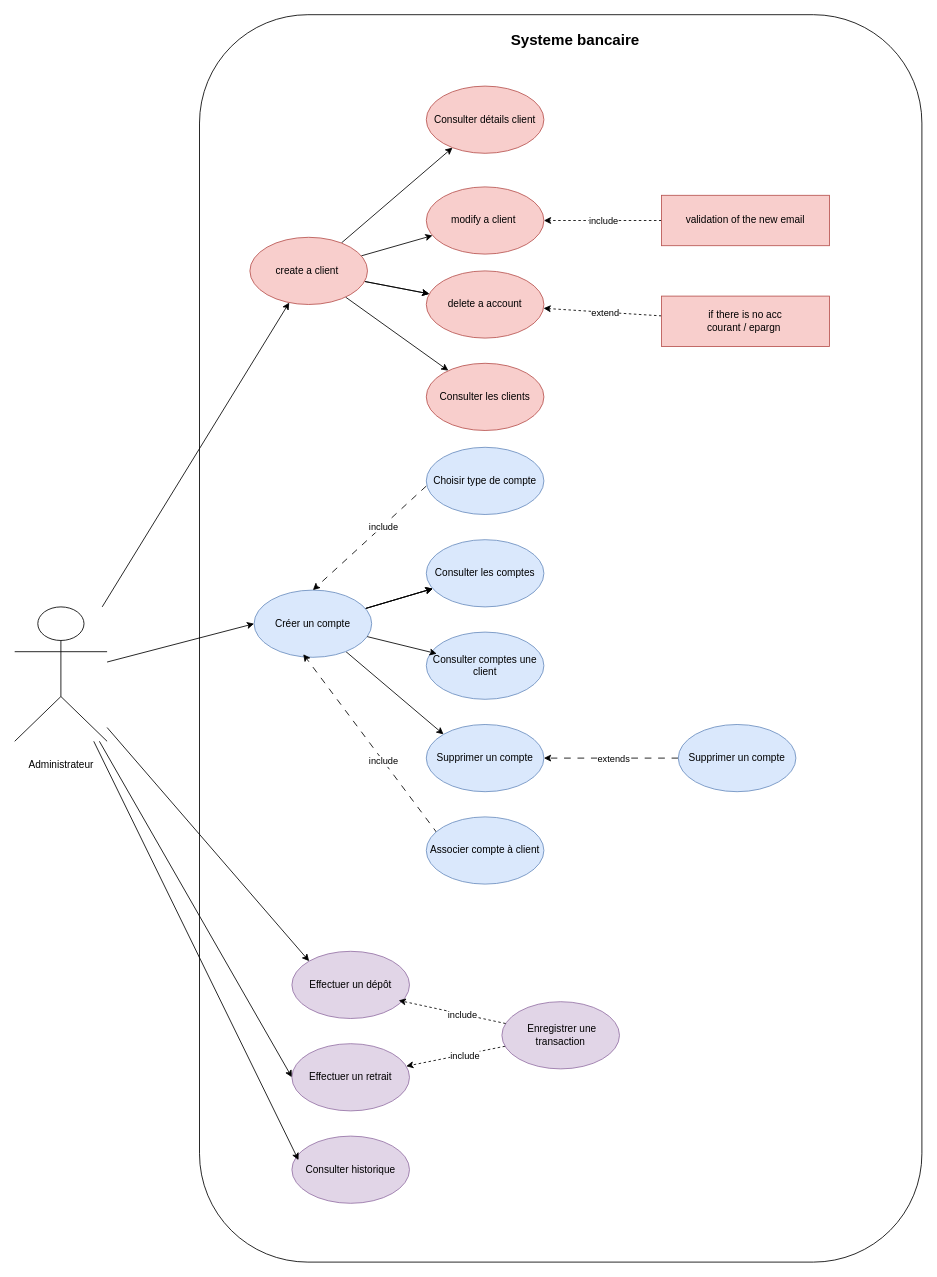
The draw.io diagram diagramme/userCase.drawio in Mehdi-133/Application-Bancaire, before the edit. Source tidied: cells renumbered, new cells numbered last; positions are measured from the earlier drawing's top-left corner, leaving out a move shared by most shapes. Both pictures are drawn from the tidied source at 84%, with x=0, y=0 at pixel (14, 14).
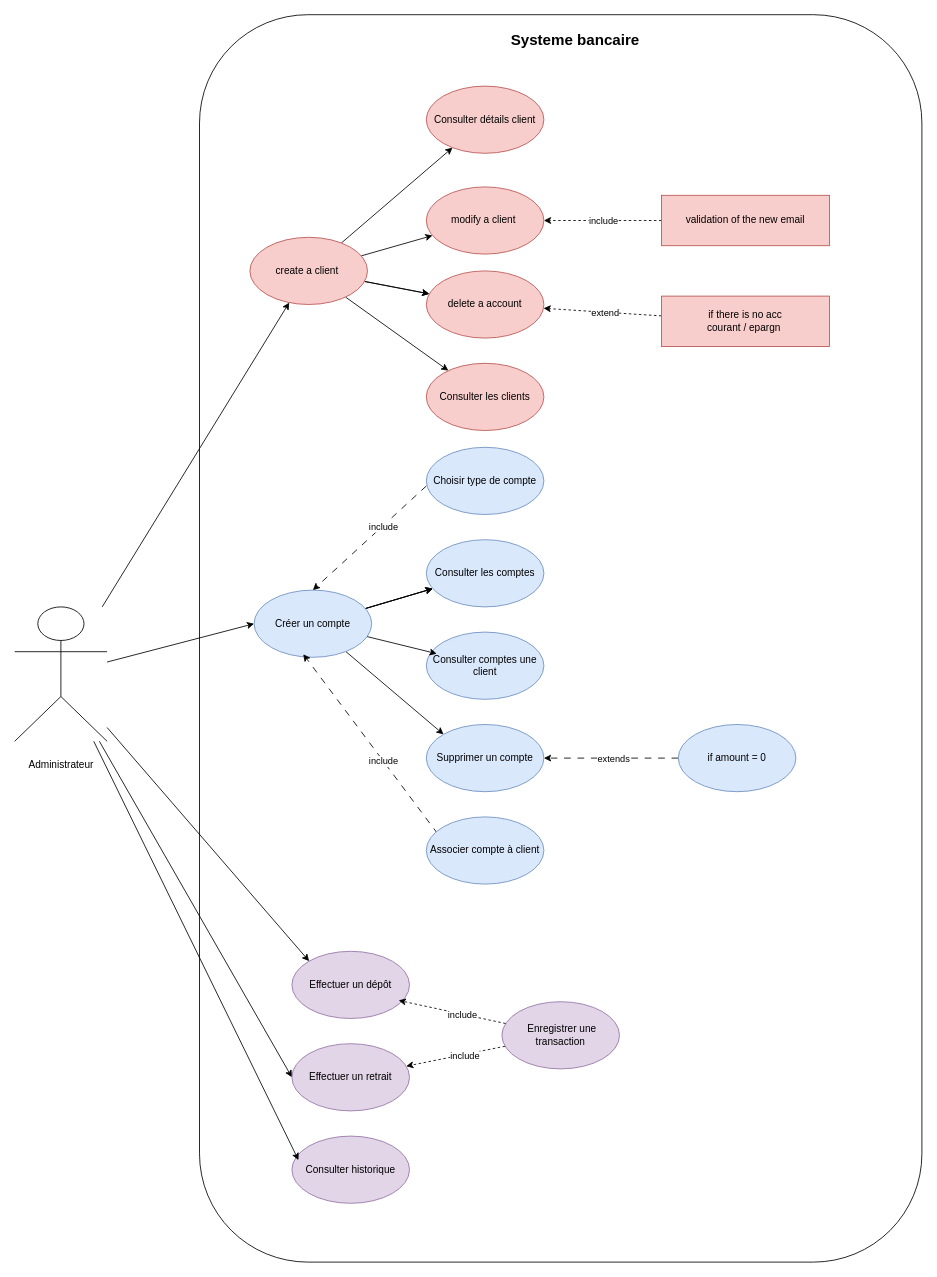
After the change.

Diff of the diagram source:
```diff
@@
-    <mxCell id="42" value="Supprimer un compte" style="ellipse;whiteSpace=wrap;html=1;fillColor=#dae8fc;strokeColor=#6c8ebf;" parent="1" vertex="1">
+    <mxCell id="42" value="if amount = 0" style="ellipse;whiteSpace=wrap;html=1;fillColor=#dae8fc;strokeColor=#6c8ebf;" parent="1" vertex="1">
       <mxGeometry x="790" y="845" width="140" height="80" as="geometry" />
     </mxCell>
```
